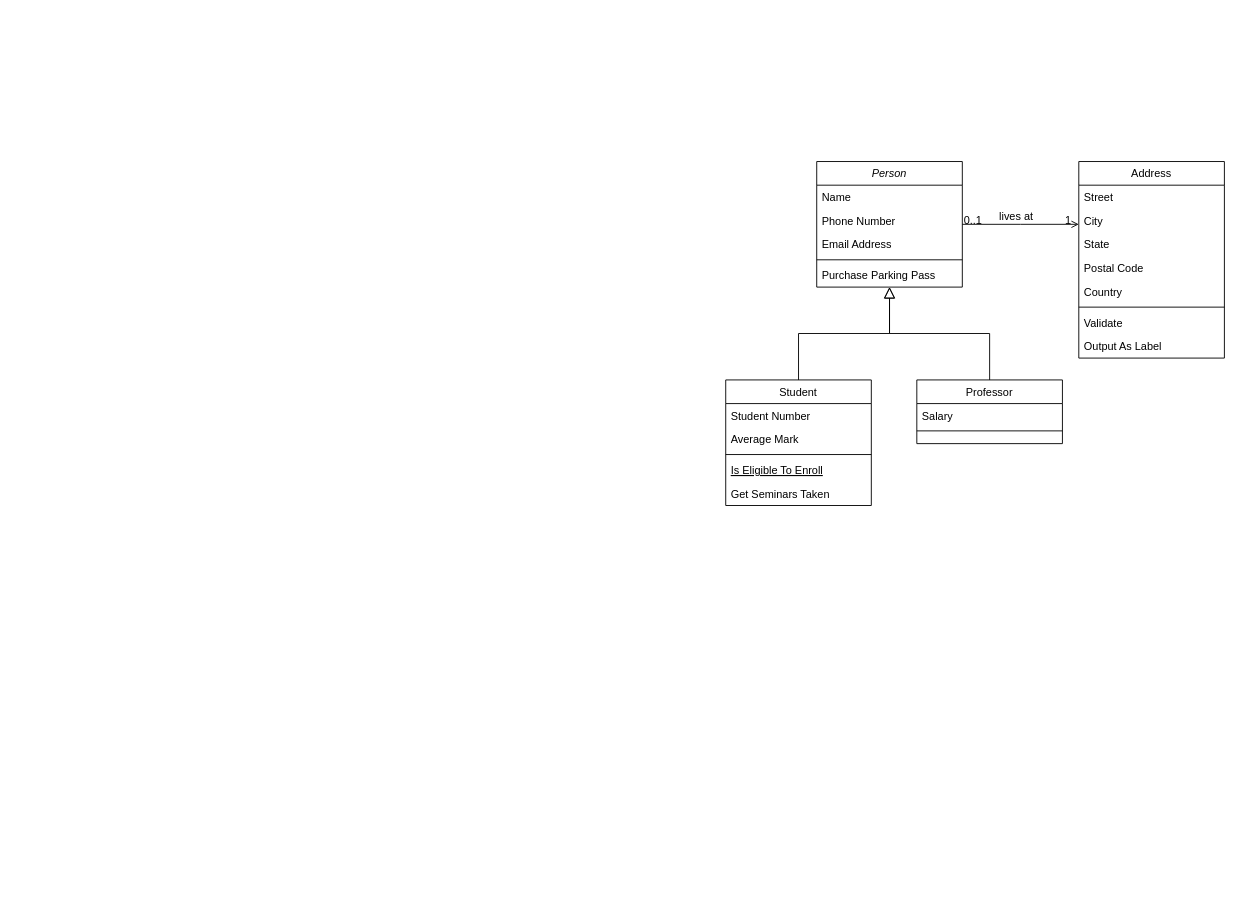
Above: res/Untitled Diagram.drawio in Meshavegas/Fadhyl-Store (draw.io), before the change. Source tidied: cells renumbered, new cells numbered last; positions are measured from the earlier drawing's top-left corner, leaving out a move shared by most shapes. Both pictures are drawn from the tidied source at 91%, with x=0, y=0 at pixel (725, 161).
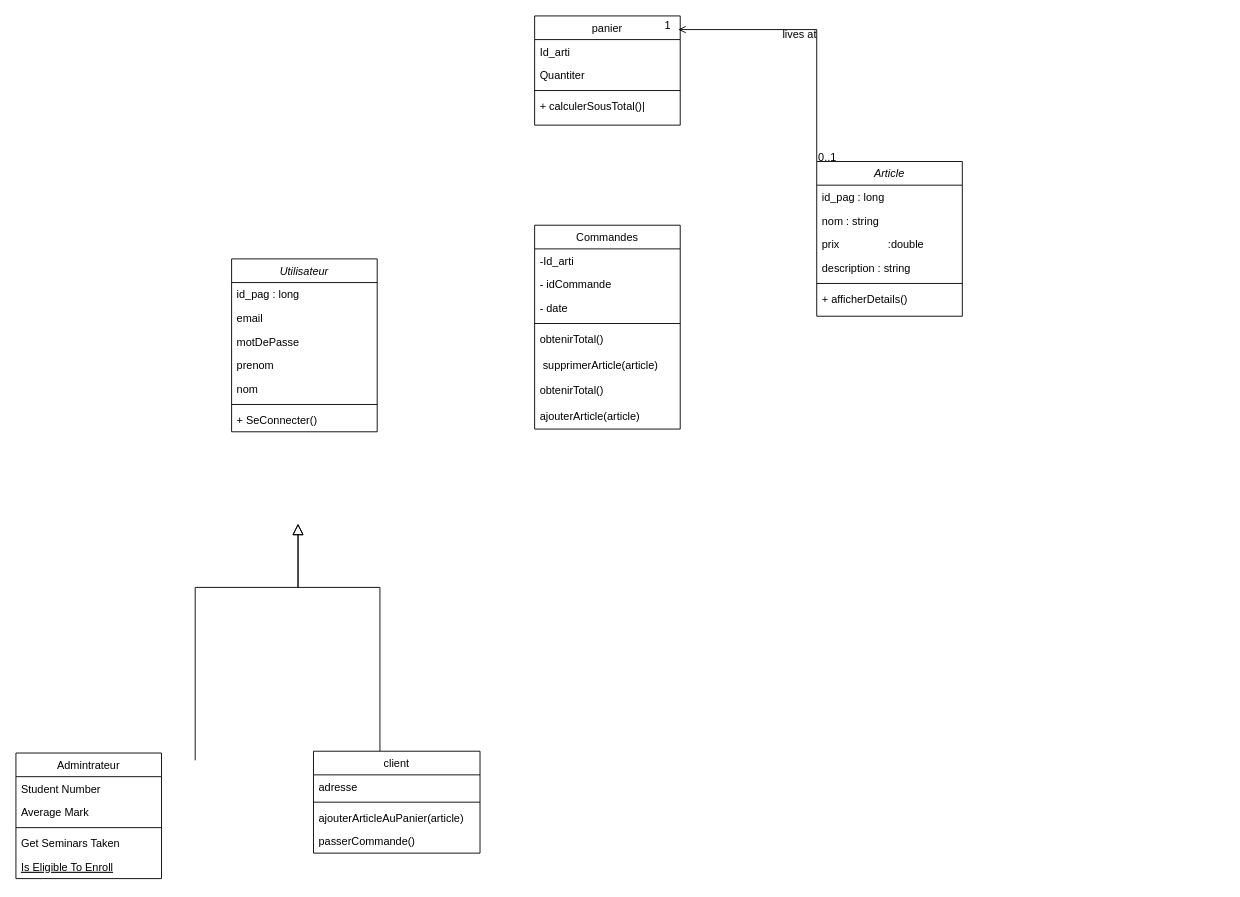
The same diagram, later.

Change to the diagram source:
```diff
@@
-    <mxCell id="2" value="Person" style="swimlane;fontStyle=2;align=center;verticalAlign=top;horizontal=1;startSize=26;rounded=0;shadow=0;strokeWidth=1;" parent="1" vertex="1">
-      <mxGeometry x="100" width="160" height="138" as="geometry" />
+    <mxCell id="2" value="Article" style="swimlane;fontStyle=2;align=center;verticalAlign=top;horizontal=1;startSize=26;rounded=0;shadow=0;strokeWidth=1;" parent="1" vertex="1">
+      <mxGeometry x="100" width="160" height="170" as="geometry" />
     </mxCell>
-    <mxCell id="3" value="Name" style="text;align=left;verticalAlign=top;spacingLeft=4;spacingRight=4;overflow=hidden;" parent="2" vertex="1">
+    <mxCell id="3" value="id_pag : long" style="text;align=left;verticalAlign=top;spacingLeft=4;spacingRight=4;overflow=hidden;" parent="2" vertex="1">
       <mxGeometry y="26" width="160" height="26" as="geometry" />
     </mxCell>
+    <mxCell id="32" value="nom : string" style="text;align=left;verticalAlign=top;spacingLeft=4;spacingRight=4;overflow=hidden;" parent="2" vertex="1">
+      <mxGeometry y="52" width="160" height="26" as="geometry" />
+    </mxCell>
-    <mxCell id="4" value="Phone Number" style="text;align=left;verticalAlign=top;spacingLeft=4;spacingRight=4;overflow=hidden;rounded=0;shadow=0;html=0;" parent="2" vertex="1">
-      <mxGeometry y="52" width="160" height="26" as="geometry" />
+    <mxCell id="4" value="prix                :double" style="text;align=left;verticalAlign=top;spacingLeft=4;spacingRight=4;overflow=hidden;rounded=0;shadow=0;html=0;" parent="2" vertex="1">
+      <mxGeometry y="78" width="160" height="26" as="geometry" />
     </mxCell>
-    <mxCell id="5" value="Email Address" style="text;align=left;verticalAlign=top;spacingLeft=4;spacingRight=4;overflow=hidden;rounded=0;shadow=0;html=0;" parent="2" vertex="1">
-      <mxGeometry y="78" width="160" height="26" as="geometry" />
+    <mxCell id="5" value="description : string" style="text;align=left;verticalAlign=top;spacingLeft=4;spacingRight=4;overflow=hidden;rounded=0;shadow=0;html=0;" parent="2" vertex="1">
+      <mxGeometry y="104" width="160" height="26" as="geometry" />
     </mxCell>
     <mxCell id="6" style="line;html=1;strokeWidth=1;align=left;verticalAlign=middle;spacingTop=-1;spacingLeft=3;spacingRight=3;labelPosition=right;" parent="2" vertex="1">
-      <mxGeometry y="104" width="160" height="8" as="geometry" />
+      <mxGeometry y="130" width="160" height="8" as="geometry" />
     </mxCell>
-    <mxCell id="7" value="Purchase Parking Pass" style="text;align=left;verticalAlign=top;spacingLeft=4;spacingRight=4;overflow=hidden;" parent="2" vertex="1">
-      <mxGeometry y="112" width="160" height="26" as="geometry" />
+    <mxCell id="7" value="+ afficherDetails()" style="text;align=left;verticalAlign=top;spacingLeft=4;spacingRight=4;overflow=hidden;" parent="2" vertex="1">
+      <mxGeometry y="138" width="160" height="26" as="geometry" />
     </mxCell>
-    <mxCell id="8" value="Student" style="swimlane;fontStyle=0;align=center;verticalAlign=top;horizontal=1;startSize=26;rounded=0;shadow=0;strokeWidth=1;" parent="1" vertex="1">
-      <mxGeometry y="240" width="160" height="138" as="geometry" />
+    <mxCell id="8" value="Admintrateur" style="swimlane;fontStyle=0;align=center;verticalAlign=top;horizontal=1;startSize=26;rounded=0;shadow=0;strokeWidth=1;" parent="1" vertex="1">
+      <mxGeometry x="-780" y="650" width="160" height="138" as="geometry" />
     </mxCell>
@@
+    <mxCell id="13" value="Get Seminars Taken" style="text;align=left;verticalAlign=top;spacingLeft=4;spacingRight=4;overflow=hidden;" parent="8" vertex="1">
+      <mxGeometry y="86" width="160" height="26" as="geometry" />
+    </mxCell>
     <mxCell id="12" value="Is Eligible To Enroll" style="text;align=left;verticalAlign=top;spacingLeft=4;spacingRight=4;overflow=hidden;fontStyle=4;" parent="8" vertex="1">
-      <mxGeometry y="86" width="160" height="26" as="geometry" />
+      <mxGeometry y="112" width="160" height="26" as="geometry" />
     </mxCell>
-    <mxCell id="13" value="Get Seminars Taken" style="text;align=left;verticalAlign=top;spacingLeft=4;spacingRight=4;overflow=hidden;" parent="8" vertex="1">
-      <mxGeometry y="112" width="160" height="26" as="geometry" />
-    </mxCell>
-    <mxCell id="14" style="endArrow=block;endSize=10;endFill=0;shadow=0;strokeWidth=1;rounded=0;edgeStyle=elbowEdgeStyle;elbow=vertical;" parent="1" edge="1" source="8" target="2">
-      <mxGeometry relative="1" as="geometry" />
+    <mxCell id="14" style="endArrow=block;endSize=10;endFill=0;shadow=0;strokeWidth=1;rounded=0;edgeStyle=elbowEdgeStyle;elbow=vertical;" parent="1" edge="1">
+      <mxGeometry relative="1" as="geometry">
+        <mxPoint x="-583" y="658" as="sourcePoint" />
+        <mxPoint x="-470" y="398" as="targetPoint" />
+        <Array as="points">
+          <mxPoint x="-530" y="468" />
+        </Array>
+      </mxGeometry>
     </mxCell>
-    <mxCell id="15" value="Professor" style="swimlane;fontStyle=0;align=center;verticalAlign=top;horizontal=1;startSize=26;rounded=0;shadow=0;strokeWidth=1;" parent="1" vertex="1">
-      <mxGeometry x="210" y="240" width="160" height="70" as="geometry" />
+    <mxCell id="15" value="client" style="swimlane;fontStyle=0;align=center;verticalAlign=top;horizontal=1;startSize=26;rounded=0;shadow=0;strokeWidth=1;" parent="1" vertex="1">
+      <mxGeometry x="-453" y="648" width="183" height="112" as="geometry" />
     </mxCell>
-    <mxCell id="16" value="Salary" style="text;align=left;verticalAlign=top;spacingLeft=4;spacingRight=4;overflow=hidden;" parent="15" vertex="1">
-      <mxGeometry y="26" width="160" height="26" as="geometry" />
+    <mxCell id="16" value="adresse" style="text;align=left;verticalAlign=top;spacingLeft=4;spacingRight=4;overflow=hidden;" parent="15" vertex="1">
+      <mxGeometry y="26" width="183" height="26" as="geometry" />
     </mxCell>
     <mxCell id="17" style="line;html=1;strokeWidth=1;align=left;verticalAlign=middle;spacingTop=-1;spacingLeft=3;spacingRight=3;labelPosition=right;" parent="15" vertex="1">
-      <mxGeometry y="52" width="160" height="8" as="geometry" />
+      <mxGeometry y="52" width="183" height="8" as="geometry" />
     </mxCell>
+    <mxCell id="33" value="ajouterArticleAuPanier(article)" style="text;align=left;verticalAlign=top;spacingLeft=4;spacingRight=4;overflow=hidden;" parent="15" vertex="1">
+      <mxGeometry y="60" width="183" height="26" as="geometry" />
+    </mxCell>
+    <mxCell id="34" value="passerCommande()" style="text;align=left;verticalAlign=top;spacingLeft=4;spacingRight=4;overflow=hidden;" parent="15" vertex="1">
+      <mxGeometry y="86" width="183" height="26" as="geometry" />
+    </mxCell>
-    <mxCell id="18" style="endArrow=block;endSize=10;endFill=0;shadow=0;strokeWidth=1;rounded=0;edgeStyle=elbowEdgeStyle;elbow=vertical;" parent="1" edge="1" source="15" target="2">
-      <mxGeometry relative="1" as="geometry" />
+    <mxCell id="18" style="endArrow=block;endSize=10;endFill=0;shadow=0;strokeWidth=1;rounded=0;edgeStyle=elbowEdgeStyle;elbow=vertical;" parent="1" edge="1" source="15">
+      <mxGeometry relative="1" as="geometry">
+        <mxPoint x="-470" y="398" as="targetPoint" />
+        <Array as="points">
+          <mxPoint x="-380" y="468" />
+        </Array>
+      </mxGeometry>
     </mxCell>
-    <mxCell id="19" value="Address" style="swimlane;fontStyle=0;align=center;verticalAlign=top;horizontal=1;startSize=26;rounded=0;shadow=0;strokeWidth=1;" parent="1" vertex="1">
-      <mxGeometry x="388" width="160" height="216" as="geometry" />
+    <mxCell id="19" value="panier" style="swimlane;fontStyle=0;align=center;verticalAlign=top;horizontal=1;startSize=26;rounded=0;shadow=0;strokeWidth=1;" parent="1" vertex="1">
+      <mxGeometry x="-210" y="-160" width="160" height="120" as="geometry" />
     </mxCell>
-    <mxCell id="20" value="Street" style="text;align=left;verticalAlign=top;spacingLeft=4;spacingRight=4;overflow=hidden;" parent="19" vertex="1">
+    <mxCell id="20" value="Id_arti" style="text;align=left;verticalAlign=top;spacingLeft=4;spacingRight=4;overflow=hidden;" parent="19" vertex="1">
       <mxGeometry y="26" width="160" height="26" as="geometry" />
     </mxCell>
-    <mxCell id="21" value="City" style="text;align=left;verticalAlign=top;spacingLeft=4;spacingRight=4;overflow=hidden;rounded=0;shadow=0;html=0;" parent="19" vertex="1">
+    <mxCell id="21" value="Quantiter" style="text;align=left;verticalAlign=top;spacingLeft=4;spacingRight=4;overflow=hidden;rounded=0;shadow=0;html=0;" parent="19" vertex="1">
       <mxGeometry y="52" width="160" height="26" as="geometry" />
     </mxCell>
-    <mxCell id="22" value="State" style="text;align=left;verticalAlign=top;spacingLeft=4;spacingRight=4;overflow=hidden;rounded=0;shadow=0;html=0;" parent="19" vertex="1">
-      <mxGeometry y="78" width="160" height="26" as="geometry" />
-    </mxCell>
-    <mxCell id="23" value="Postal Code" style="text;align=left;verticalAlign=top;spacingLeft=4;spacingRight=4;overflow=hidden;rounded=0;shadow=0;html=0;" parent="19" vertex="1">
-      <mxGeometry y="104" width="160" height="26" as="geometry" />
-    </mxCell>
-    <mxCell id="24" value="Country" style="text;align=left;verticalAlign=top;spacingLeft=4;spacingRight=4;overflow=hidden;rounded=0;shadow=0;html=0;" parent="19" vertex="1">
-      <mxGeometry y="130" width="160" height="26" as="geometry" />
-    </mxCell>
     <mxCell id="25" style="line;html=1;strokeWidth=1;align=left;verticalAlign=middle;spacingTop=-1;spacingLeft=3;spacingRight=3;labelPosition=right;" parent="19" vertex="1">
-      <mxGeometry y="156" width="160" height="8" as="geometry" />
+      <mxGeometry y="78" width="160" height="8" as="geometry" />
     </mxCell>
-    <mxCell id="26" value="Validate" style="text;align=left;verticalAlign=top;spacingLeft=4;spacingRight=4;overflow=hidden;" parent="19" vertex="1">
-      <mxGeometry y="164" width="160" height="26" as="geometry" />
+    <mxCell id="26" value="+ calculerSousTotal()|" style="text;align=left;verticalAlign=top;spacingLeft=4;spacingRight=4;overflow=hidden;" parent="19" vertex="1">
+      <mxGeometry y="86" width="160" height="26" as="geometry" />
     </mxCell>
-    <mxCell id="27" value="Output As Label" style="text;align=left;verticalAlign=top;spacingLeft=4;spacingRight=4;overflow=hidden;" parent="19" vertex="1">
-      <mxGeometry y="190" width="160" height="26" as="geometry" />
-    </mxCell>
-    <mxCell id="28" style="endArrow=open;shadow=0;strokeWidth=1;rounded=0;endFill=1;edgeStyle=elbowEdgeStyle;elbow=vertical;" parent="1" edge="1" source="2" target="19">
+    <mxCell id="28" style="endArrow=open;shadow=0;strokeWidth=1;rounded=0;endFill=1;edgeStyle=elbowEdgeStyle;elbow=vertical;entryX=0.987;entryY=0.128;entryDx=0;entryDy=0;entryPerimeter=0;" parent="1" edge="1" source="2" target="19">
       <mxGeometry x="0.5" y="41" relative="1" as="geometry">
+        <Array as="points">
+          <mxPoint x="100" y="-145" />
+        </Array>
         <mxPoint x="-40" y="32" as="offset" />
       </mxGeometry>
     </mxCell>
@@
     <mxCell id="31" value="lives at" style="text;html=1;align=center;verticalAlign=middle;labelBackgroundColor=none;rounded=0;shadow=0;strokeWidth=1;fontSize=12;" parent="28" vertex="1">
       <mxGeometry x="0.5" y="49" relative="1" as="geometry">
-        <mxPoint x="-38" y="40" as="offset" />
+        <mxPoint x="58" y="-44" as="offset" />
       </mxGeometry>
     </mxCell>
+    <mxCell id="35" value="Commandes" style="swimlane;fontStyle=0;align=center;verticalAlign=top;horizontal=1;startSize=26;rounded=0;shadow=0;strokeWidth=1;" parent="1" vertex="1">
+      <mxGeometry x="-210" y="70" width="160" height="224" as="geometry" />
+    </mxCell>
+    <mxCell id="36" value="-Id_arti" style="text;align=left;verticalAlign=top;spacingLeft=4;spacingRight=4;overflow=hidden;" parent="35" vertex="1">
+      <mxGeometry y="26" width="160" height="26" as="geometry" />
+    </mxCell>
+    <mxCell id="37" value="- idCommande" style="text;align=left;verticalAlign=top;spacingLeft=4;spacingRight=4;overflow=hidden;rounded=0;shadow=0;html=0;" parent="35" vertex="1">
+      <mxGeometry y="52" width="160" height="26" as="geometry" />
+    </mxCell>
+    <mxCell id="38" value="- date" style="text;align=left;verticalAlign=top;spacingLeft=4;spacingRight=4;overflow=hidden;rounded=0;shadow=0;html=0;" parent="35" vertex="1">
+      <mxGeometry y="78" width="160" height="26" as="geometry" />
+    </mxCell>
+    <mxCell id="39" style="line;html=1;strokeWidth=1;align=left;verticalAlign=middle;spacingTop=-1;spacingLeft=3;spacingRight=3;labelPosition=right;" parent="35" vertex="1">
+      <mxGeometry y="104" width="160" height="8" as="geometry" />
+    </mxCell>
+    <mxCell id="40" value="obtenirTotal()&#10; " style="text;align=left;verticalAlign=top;spacingLeft=4;spacingRight=4;overflow=hidden;" parent="35" vertex="1">
+      <mxGeometry y="112" width="160" height="28" as="geometry" />
+    </mxCell>
+    <mxCell id="41" value=" supprimerArticle(article)&#10;    " style="text;align=left;verticalAlign=top;spacingLeft=4;spacingRight=4;overflow=hidden;" parent="35" vertex="1">
+      <mxGeometry y="140" width="160" height="28" as="geometry" />
+    </mxCell>
+    <mxCell id="42" value="obtenirTotal()" style="text;align=left;verticalAlign=top;spacingLeft=4;spacingRight=4;overflow=hidden;" parent="35" vertex="1">
+      <mxGeometry y="168" width="160" height="28" as="geometry" />
+    </mxCell>
+    <mxCell id="43" value="ajouterArticle(article)" style="text;align=left;verticalAlign=top;spacingLeft=4;spacingRight=4;overflow=hidden;" parent="35" vertex="1">
+      <mxGeometry y="196" width="160" height="28" as="geometry" />
+    </mxCell>
+    <mxCell id="44" value="Utilisateur" style="swimlane;fontStyle=2;align=center;verticalAlign=top;horizontal=1;startSize=26;rounded=0;shadow=0;strokeWidth=1;" parent="1" vertex="1">
+      <mxGeometry x="-543" y="107" width="160" height="190" as="geometry" />
+    </mxCell>
+    <mxCell id="45" value="id_pag : long" style="text;align=left;verticalAlign=top;spacingLeft=4;spacingRight=4;overflow=hidden;" parent="44" vertex="1">
+      <mxGeometry y="26" width="160" height="26" as="geometry" />
+    </mxCell>
+    <mxCell id="46" value="email" style="text;align=left;verticalAlign=top;spacingLeft=4;spacingRight=4;overflow=hidden;" parent="44" vertex="1">
+      <mxGeometry y="52" width="160" height="26" as="geometry" />
+    </mxCell>
+    <mxCell id="47" value="motDePasse" style="text;align=left;verticalAlign=top;spacingLeft=4;spacingRight=4;overflow=hidden;rounded=0;shadow=0;html=0;" parent="44" vertex="1">
+      <mxGeometry y="78" width="160" height="26" as="geometry" />
+    </mxCell>
+    <mxCell id="48" value="prenom" style="text;align=left;verticalAlign=top;spacingLeft=4;spacingRight=4;overflow=hidden;rounded=0;shadow=0;html=0;" parent="44" vertex="1">
+      <mxGeometry y="104" width="160" height="26" as="geometry" />
+    </mxCell>
+    <mxCell id="49" value="nom" style="text;align=left;verticalAlign=top;spacingLeft=4;spacingRight=4;overflow=hidden;rounded=0;shadow=0;html=0;" parent="44" vertex="1">
+      <mxGeometry y="130" width="160" height="26" as="geometry" />
+    </mxCell>
+    <mxCell id="50" style="line;html=1;strokeWidth=1;align=left;verticalAlign=middle;spacingTop=-1;spacingLeft=3;spacingRight=3;labelPosition=right;" parent="44" vertex="1">
+      <mxGeometry y="156" width="160" height="8" as="geometry" />
+    </mxCell>
+    <mxCell id="51" value="+ SeConnecter()" style="text;align=left;verticalAlign=top;spacingLeft=4;spacingRight=4;overflow=hidden;" parent="44" vertex="1">
+      <mxGeometry y="164" width="160" height="26" as="geometry" />
+    </mxCell>
```
